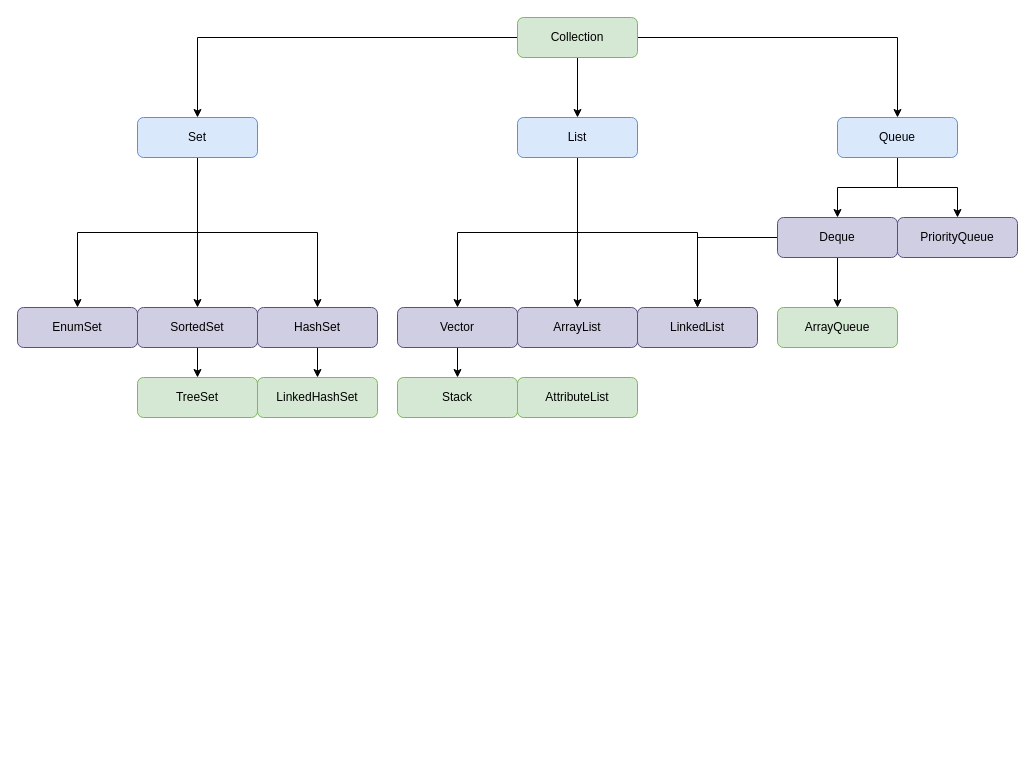
This is JDK/集合.drawio from oliverschen/draw.io, a draw.io file, before an edit. Source tidied: cells renumbered, new cells numbered last; positions are measured from the earlier drawing's top-left corner, leaving out a move shared by most shapes. Both pictures are drawn from the tidied source at 100%, with x=0, y=0 at pixel (17, 17).
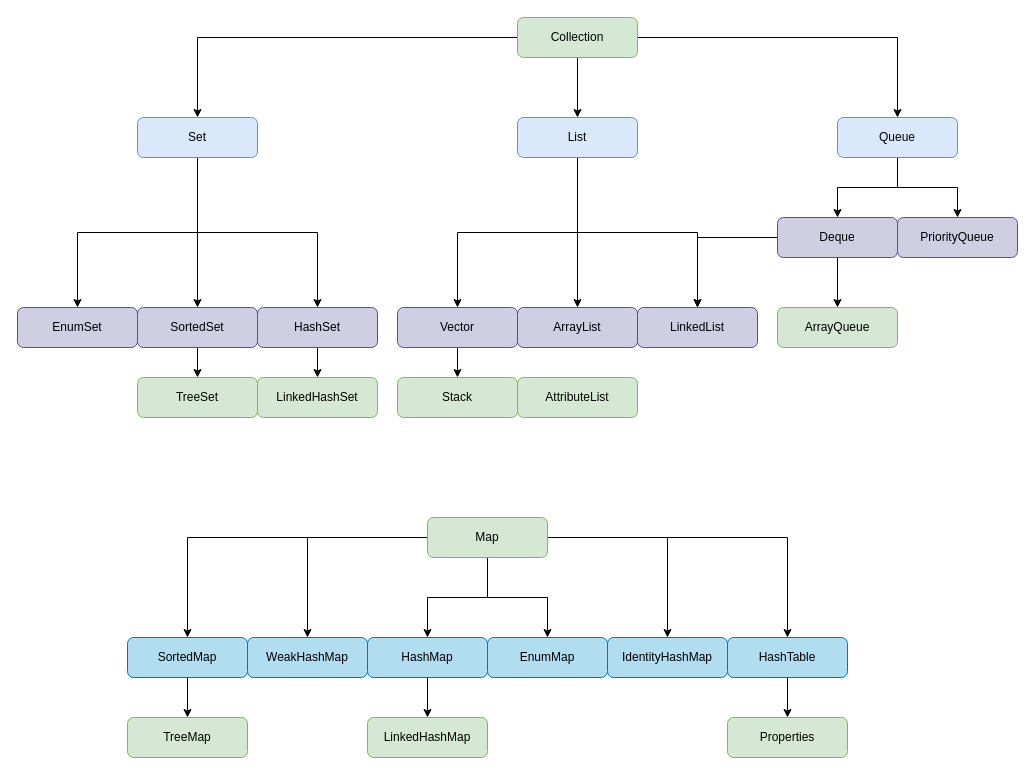
After the change.

Diff of the diagram source:
```diff
@@
+    <mxCell id="35" style="edgeStyle=orthogonalEdgeStyle;rounded=0;jettySize=auto;html=1;entryX=0.5;entryY=0;entryDx=0;entryDy=0;" parent="1" edge="1" source="41" target="51">
+      <mxGeometry relative="1" as="geometry" />
+    </mxCell>
+    <mxCell id="36" style="edgeStyle=orthogonalEdgeStyle;rounded=0;jettySize=auto;html=1;" parent="1" edge="1" source="41" target="45">
+      <mxGeometry relative="1" as="geometry" />
+    </mxCell>
+    <mxCell id="37" style="edgeStyle=orthogonalEdgeStyle;rounded=0;jettySize=auto;html=1;entryX=0.5;entryY=0;entryDx=0;entryDy=0;" parent="1" edge="1" source="41" target="43">
+      <mxGeometry relative="1" as="geometry" />
+    </mxCell>
+    <mxCell id="38" style="edgeStyle=orthogonalEdgeStyle;rounded=0;jettySize=auto;html=1;" parent="1" edge="1" source="41" target="46">
+      <mxGeometry relative="1" as="geometry" />
+    </mxCell>
+    <mxCell id="39" style="edgeStyle=orthogonalEdgeStyle;rounded=0;jettySize=auto;html=1;" parent="1" edge="1" source="41" target="47">
+      <mxGeometry relative="1" as="geometry" />
+    </mxCell>
+    <mxCell id="40" style="edgeStyle=orthogonalEdgeStyle;rounded=0;jettySize=auto;html=1;" parent="1" edge="1" source="41" target="49">
+      <mxGeometry relative="1" as="geometry" />
+    </mxCell>
+    <mxCell id="41" value="Map" style="rounded=1;whiteSpace=wrap;html=1;fillColor=#d5e8d4;strokeColor=#82b366;" parent="1" vertex="1">
+      <mxGeometry x="410" y="500" width="120" height="40" as="geometry" />
+    </mxCell>
+    <mxCell id="42" style="edgeStyle=orthogonalEdgeStyle;rounded=0;jettySize=auto;html=1;" parent="1" edge="1" source="43" target="44">
+      <mxGeometry relative="1" as="geometry" />
+    </mxCell>
+    <mxCell id="43" value="SortedMap" style="rounded=1;whiteSpace=wrap;html=1;fillColor=#b1ddf0;strokeColor=#10739e;" parent="1" vertex="1">
+      <mxGeometry x="110" y="620" width="120" height="40" as="geometry" />
+    </mxCell>
+    <mxCell id="44" value="TreeMap" style="rounded=1;whiteSpace=wrap;html=1;fillColor=#d5e8d4;strokeColor=#82b366;" parent="1" vertex="1">
+      <mxGeometry x="110" y="700" width="120" height="40" as="geometry" />
+    </mxCell>
+    <mxCell id="45" value="WeakHashMap" style="rounded=1;whiteSpace=wrap;html=1;fillColor=#b1ddf0;strokeColor=#10739e;" parent="1" vertex="1">
+      <mxGeometry x="230" y="620" width="120" height="40" as="geometry" />
+    </mxCell>
+    <mxCell id="46" value="EnumMap" style="rounded=1;whiteSpace=wrap;html=1;fillColor=#b1ddf0;strokeColor=#10739e;" parent="1" vertex="1">
+      <mxGeometry x="470" y="620" width="120" height="40" as="geometry" />
+    </mxCell>
+    <mxCell id="47" value="IdentityHashMap" style="rounded=1;whiteSpace=wrap;html=1;fillColor=#b1ddf0;strokeColor=#10739e;" parent="1" vertex="1">
+      <mxGeometry x="590" y="620" width="120" height="40" as="geometry" />
+    </mxCell>
+    <mxCell id="48" style="edgeStyle=orthogonalEdgeStyle;rounded=0;jettySize=auto;html=1;" parent="1" edge="1" source="49" target="53">
+      <mxGeometry relative="1" as="geometry" />
+    </mxCell>
+    <mxCell id="49" value="HashTable" style="rounded=1;whiteSpace=wrap;html=1;fillColor=#b1ddf0;strokeColor=#10739e;" parent="1" vertex="1">
+      <mxGeometry x="710" y="620" width="120" height="40" as="geometry" />
+    </mxCell>
+    <mxCell id="50" style="edgeStyle=orthogonalEdgeStyle;rounded=0;jettySize=auto;html=1;" parent="1" edge="1" source="51" target="52">
+      <mxGeometry relative="1" as="geometry" />
+    </mxCell>
+    <mxCell id="51" value="HashMap" style="rounded=1;whiteSpace=wrap;html=1;fillColor=#b1ddf0;strokeColor=#10739e;" parent="1" vertex="1">
+      <mxGeometry x="350" y="620" width="120" height="40" as="geometry" />
+    </mxCell>
+    <mxCell id="52" value="LinkedHashMap" style="rounded=1;whiteSpace=wrap;html=1;fillColor=#d5e8d4;strokeColor=#82b366;" parent="1" vertex="1">
+      <mxGeometry x="350" y="700" width="120" height="40" as="geometry" />
+    </mxCell>
+    <mxCell id="53" value="Properties" style="rounded=1;whiteSpace=wrap;html=1;fillColor=#d5e8d4;strokeColor=#82b366;" parent="1" vertex="1">
+      <mxGeometry x="710" y="700" width="120" height="40" as="geometry" />
+    </mxCell>
```
